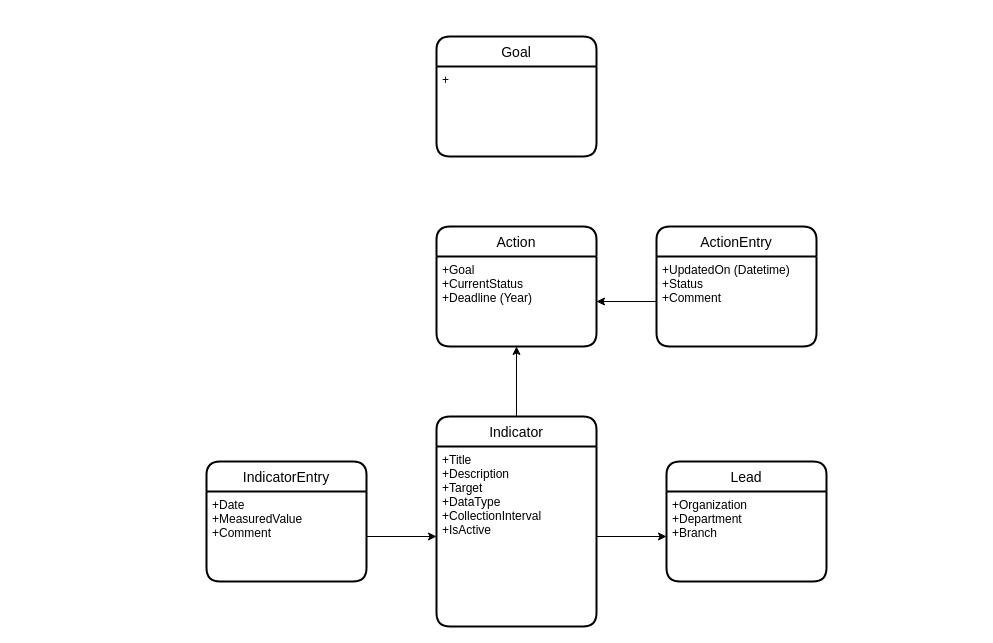
The draw.io diagram planning/conceptual-erd.drawio in ytgov/our-clean-future, before the edit. Source tidied: cells renumbered, new cells numbered last; positions are measured from the earlier drawing's top-left corner, leaving out a move shared by most shapes. Both pictures are drawn from the tidied source at 100%, with x=0, y=0 at pixel (206, 36).
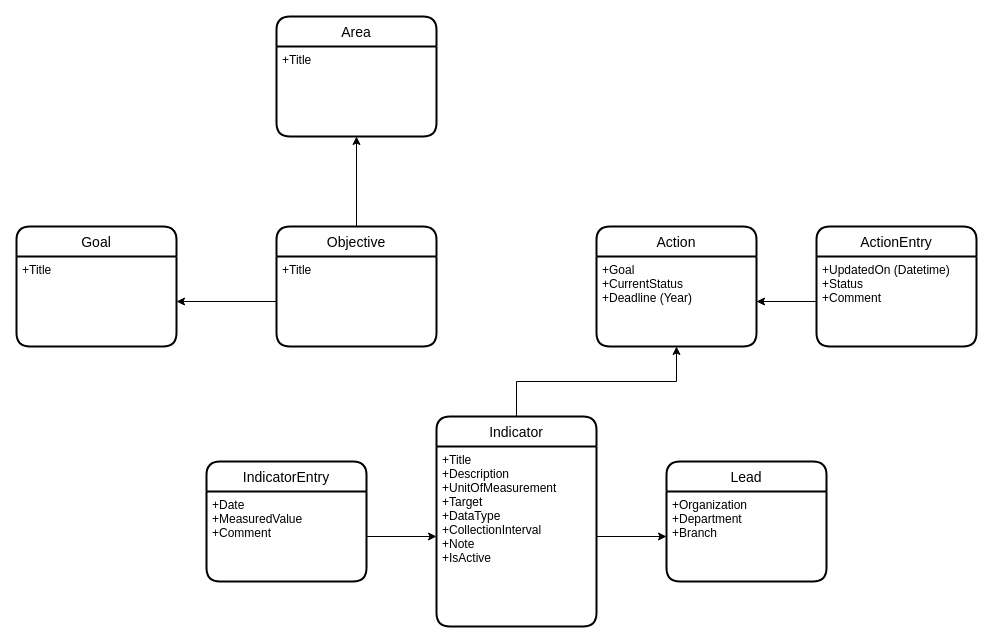
The same diagram, later.

Unchanged cells that the change refers to:
```xml
<mxCell id="3" value="Indicator" style="swimlane;horizontal=1;startSize=30;rounded=1;fontSize=14;fontStyle=0;strokeWidth=2;shadow=0;dashed=0;align=center;" parent="1" vertex="1">
  <mxGeometry x="230" y="380" width="160" height="210" as="geometry" />
</mxCell>
```

What changed in the source:
```diff
@@
-    <mxCell id="4" value="+Title&#10;+Description&#10;+Target&#10;+DataType&#10;+CollectionInterval&#10;+IsActive" style="align=left;strokeColor=none;fillColor=none;spacingLeft=4;fontSize=12;verticalAlign=top;" parent="3" vertex="1">
+    <mxCell id="4" value="+Title&#10;+Description&#10;+UnitOfMeasurement&#10;+Target&#10;+DataType&#10;+CollectionInterval&#10;+Note&#10;+IsActive" style="align=left;strokeColor=none;fillColor=none;spacingLeft=4;fontSize=12;verticalAlign=top;" parent="3" vertex="1">
       <mxGeometry y="30" width="160" height="180" as="geometry" />
     </mxCell>
@@
     <mxCell id="9" value="Action" style="swimlane;horizontal=1;startSize=30;rounded=1;fontSize=14;fontStyle=0;strokeWidth=2;shadow=0;dashed=0;align=center;" parent="1" vertex="1">
-      <mxGeometry x="230" y="190" width="160" height="120" as="geometry" />
+      <mxGeometry x="390" y="190" width="160" height="120" as="geometry" />
     </mxCell>
@@
     <mxCell id="11" value="Goal" style="swimlane;horizontal=1;startSize=30;rounded=1;fontSize=14;fontStyle=0;strokeWidth=2;shadow=0;dashed=0;align=center;" parent="1" vertex="1">
-      <mxGeometry x="230" width="160" height="120" as="geometry" />
+      <mxGeometry x="-190" y="190" width="160" height="120" as="geometry" />
     </mxCell>
-    <mxCell id="12" value="+" style="align=left;strokeColor=none;fillColor=none;spacingLeft=4;fontSize=12;verticalAlign=top;" parent="11" vertex="1">
+    <mxCell id="12" value="+Title" style="align=left;strokeColor=none;fillColor=none;spacingLeft=4;fontSize=12;verticalAlign=top;" parent="11" vertex="1">
       <mxGeometry y="30" width="160" height="90" as="geometry" />
     </mxCell>
     <mxCell id="13" value="ActionEntry" style="swimlane;horizontal=1;startSize=30;rounded=1;fontSize=14;fontStyle=0;strokeWidth=2;shadow=0;dashed=0;align=center;" parent="1" vertex="1">
-      <mxGeometry x="450" y="190" width="160" height="120" as="geometry" />
+      <mxGeometry x="610" y="190" width="160" height="120" as="geometry" />
     </mxCell>
@@
+    <mxCell id="18" style="edgeStyle=orthogonalEdgeStyle;rounded=0;jettySize=auto;html=1;startArrow=none;startFill=0;" parent="1" edge="1" source="19" target="22">
+      <mxGeometry relative="1" as="geometry" />
+    </mxCell>
+    <mxCell id="19" value="Objective" style="swimlane;horizontal=1;startSize=30;rounded=1;fontSize=14;fontStyle=0;strokeWidth=2;shadow=0;dashed=0;align=center;" parent="1" vertex="1">
+      <mxGeometry x="70" y="190" width="160" height="120" as="geometry" />
+    </mxCell>
+    <mxCell id="20" value="+Title" style="align=left;strokeColor=none;fillColor=none;spacingLeft=4;fontSize=12;verticalAlign=top;" parent="19" vertex="1">
+      <mxGeometry y="30" width="160" height="90" as="geometry" />
+    </mxCell>
+    <mxCell id="21" value="Area" style="swimlane;horizontal=1;startSize=30;rounded=1;fontSize=14;fontStyle=0;strokeWidth=2;shadow=0;dashed=0;align=center;" parent="1" vertex="1">
+      <mxGeometry x="70" y="-20" width="160" height="120" as="geometry" />
+    </mxCell>
+    <mxCell id="22" value="+Title" style="align=left;strokeColor=none;fillColor=none;spacingLeft=4;fontSize=12;verticalAlign=top;" parent="21" vertex="1">
+      <mxGeometry y="30" width="160" height="90" as="geometry" />
+    </mxCell>
+    <mxCell id="23" style="edgeStyle=orthogonalEdgeStyle;rounded=0;jettySize=auto;html=1;startArrow=none;startFill=0;endArrow=classic;endFill=1;" parent="1" edge="1" source="20" target="12">
+      <mxGeometry relative="1" as="geometry" />
+    </mxCell>
```
